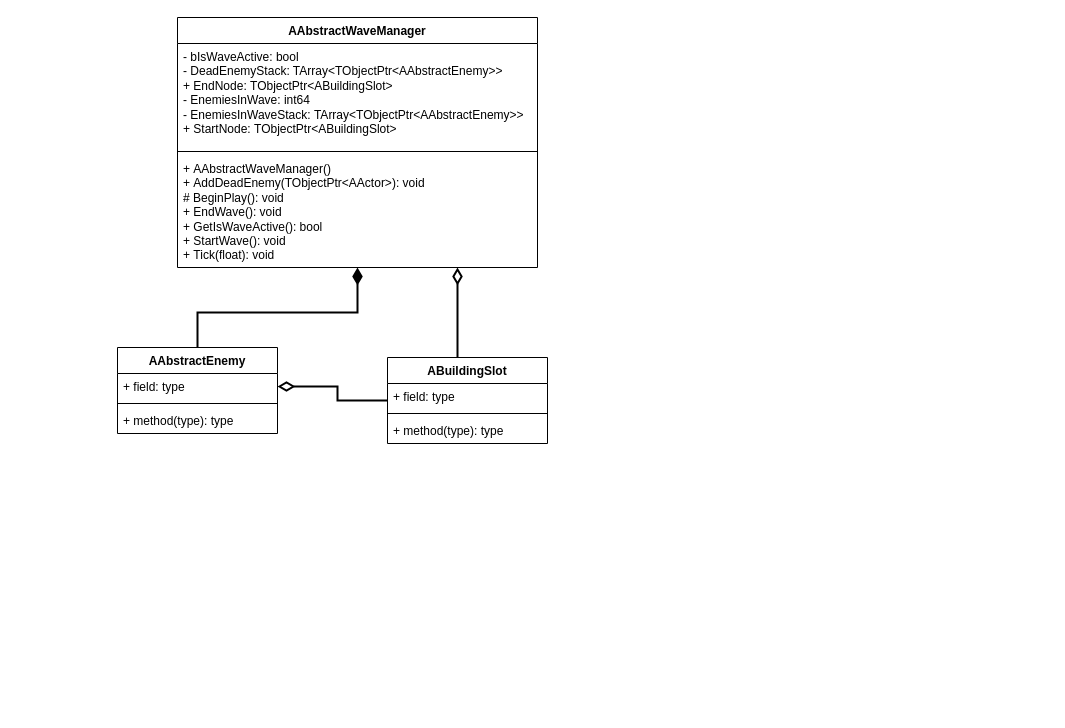
The draw.io diagram UML.drawio in herrkrabbe/Programming3TD, before the edit. Source tidied: cells renumbered, new cells numbered last; positions are measured from the earlier drawing's top-left corner, leaving out a move shared by most shapes. Both pictures are drawn from the tidied source at 100%, with x=0, y=0 at pixel (117, 17).
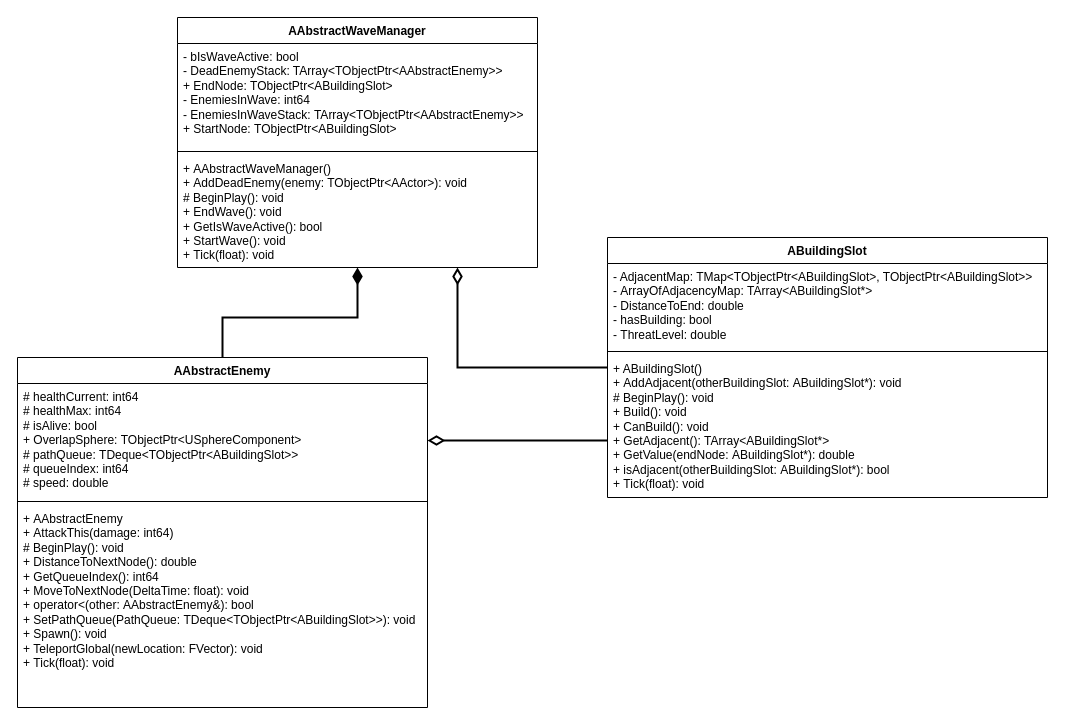
After the change.

The edit, as a diff of the source:
```diff
@@
 <mxGraphModel>
   <root>
     <mxCell id="0" />
     <mxCell id="1" parent="0" />
     <mxCell id="2" style="edgeStyle=orthogonalEdgeStyle;rounded=0;jettySize=auto;html=1;startArrow=diamondThin;startFill=0;endArrow=none;endFill=0;startSize=12;strokeWidth=2;endSize=12;" parent="1" edge="1" source="4" target="12">
       <mxGeometry relative="1" as="geometry">
         <Array as="points">
           <mxPoint x="340" y="270" />
           <mxPoint x="340" y="270" />
         </Array>
       </mxGeometry>
     </mxCell>
     <mxCell id="3" style="edgeStyle=orthogonalEdgeStyle;shape=connector;rounded=0;jettySize=auto;html=1;strokeColor=default;strokeWidth=2;align=center;verticalAlign=middle;fontFamily=Helvetica;fontSize=11;fontColor=default;labelBackgroundColor=default;startArrow=diamondThin;startFill=1;startSize=12;endArrow=none;endFill=0;endSize=12;" parent="1" edge="1" source="4" target="8">
       <mxGeometry relative="1" as="geometry" />
     </mxCell>
     <mxCell id="4" value="AAbstractWaveManager" style="swimlane;fontStyle=1;align=center;verticalAlign=top;horizontal=1;startSize=26;whiteSpace=wrap;html=1;" parent="1" vertex="1">
       <mxGeometry x="60" width="360" height="250" as="geometry" />
     </mxCell>
     <mxCell id="5" value="- bIsWaveActive: bool&lt;div&gt;- DeadEnemyStack: TArray&amp;lt;TObjectPtr&amp;lt;AAbstractEnemy&amp;gt;&amp;gt;&lt;/div&gt;&lt;div&gt;+&amp;nbsp;EndNode:&amp;nbsp;TObjectPtr&amp;lt;ABuildingSlot&amp;gt;&lt;/div&gt;&lt;div&gt;-&amp;nbsp;EnemiesInWave: int64&lt;/div&gt;&lt;div&gt;-&amp;nbsp;EnemiesInWaveStack:&amp;nbsp;TArray&amp;lt;TObjectPtr&amp;lt;AAbstractEnemy&amp;gt;&amp;gt;&lt;/div&gt;&lt;div&gt;+&amp;nbsp;StartNode:&amp;nbsp;TObjectPtr&amp;lt;ABuildingSlot&amp;gt;&lt;/div&gt;" style="text;strokeColor=none;fillColor=none;align=left;verticalAlign=top;spacingLeft=4;spacingRight=4;overflow=hidden;whiteSpace=wrap;html=1;" parent="4" vertex="1">
       <mxGeometry y="26" width="360" height="104" as="geometry" />
     </mxCell>
     <mxCell id="6" style="line;strokeWidth=1;fillColor=none;align=left;verticalAlign=middle;spacingTop=-1;spacingLeft=3;spacingRight=3;labelPosition=right;strokeColor=inherit;" parent="4" vertex="1">
       <mxGeometry y="130" width="360" height="8" as="geometry" />
     </mxCell>
-    <mxCell id="7" value="+&amp;nbsp;AAbstractWaveManager()&lt;div&gt;+&amp;nbsp;AddDeadEnemy(TObjectPtr&amp;lt;AActor&amp;gt;): void&lt;/div&gt;&lt;div&gt;# BeginPlay(): void&lt;/div&gt;&lt;div&gt;+&amp;nbsp;EndWave(): void&lt;/div&gt;&lt;div&gt;+&amp;nbsp;GetIsWaveActive(): bool&lt;/div&gt;&lt;div&gt;+&amp;nbsp;StartWave(): void&lt;/div&gt;&lt;div&gt;+&amp;nbsp;Tick(float): void&lt;br&gt;&lt;/div&gt;" style="text;strokeColor=none;fillColor=none;align=left;verticalAlign=top;spacingLeft=4;spacingRight=4;overflow=hidden;whiteSpace=wrap;html=1;" parent="4" vertex="1">
+    <mxCell id="7" value="+&amp;nbsp;AAbstractWaveManager()&lt;div&gt;+&amp;nbsp;AddDeadEnemy(enemy: TObjectPtr&amp;lt;AActor&amp;gt;): void&lt;/div&gt;&lt;div&gt;# BeginPlay(): void&lt;/div&gt;&lt;div&gt;+&amp;nbsp;EndWave(): void&lt;/div&gt;&lt;div&gt;+&amp;nbsp;GetIsWaveActive(): bool&lt;/div&gt;&lt;div&gt;+&amp;nbsp;StartWave(): void&lt;/div&gt;&lt;div&gt;+&amp;nbsp;Tick(float): void&lt;br&gt;&lt;/div&gt;" style="text;strokeColor=none;fillColor=none;align=left;verticalAlign=top;spacingLeft=4;spacingRight=4;overflow=hidden;whiteSpace=wrap;html=1;" parent="4" vertex="1">
       <mxGeometry y="138" width="360" height="112" as="geometry" />
     </mxCell>
     <mxCell id="8" value="AAbstractEnemy" style="swimlane;fontStyle=1;align=center;verticalAlign=top;horizontal=1;startSize=26;whiteSpace=wrap;html=1;" parent="1" vertex="1">
-      <mxGeometry y="330" width="160" height="86" as="geometry" />
+      <mxGeometry x="-100" y="340" width="410" height="350" as="geometry" />
     </mxCell>
-    <mxCell id="9" value="+ field: type" style="text;strokeColor=none;fillColor=none;align=left;verticalAlign=top;spacingLeft=4;spacingRight=4;overflow=hidden;points=[[0,0.5],[1,0.5]];portConstraint=eastwest;whiteSpace=wrap;html=1;" parent="8" vertex="1">
-      <mxGeometry y="26" width="160" height="26" as="geometry" />
+    <mxCell id="9" value="# healthCurrent: int64&lt;div&gt;#&amp;nbsp;healthMax: int64&lt;/div&gt;&lt;div&gt;# isAlive: bool&lt;/div&gt;&lt;div&gt;+&amp;nbsp;OverlapSphere:&amp;nbsp;TObjectPtr&amp;lt;USphereComponent&amp;gt;&lt;/div&gt;&lt;div&gt;#&amp;nbsp;pathQueue:&amp;nbsp;TDeque&amp;lt;TObjectPtr&amp;lt;ABuildingSlot&amp;gt;&amp;gt;&lt;/div&gt;&lt;div&gt;# queueIndex: int64&lt;/div&gt;&lt;div&gt;# speed: double&lt;/div&gt;" style="text;strokeColor=none;fillColor=none;align=left;verticalAlign=top;spacingLeft=4;spacingRight=4;overflow=hidden;points=[[0,0.5],[1,0.5]];portConstraint=eastwest;whiteSpace=wrap;html=1;" parent="8" vertex="1">
+      <mxGeometry y="26" width="410" height="114" as="geometry" />
     </mxCell>
     <mxCell id="10" style="line;strokeWidth=1;fillColor=none;align=left;verticalAlign=middle;spacingTop=-1;spacingLeft=3;spacingRight=3;labelPosition=right;strokeColor=inherit;" parent="8" vertex="1">
-      <mxGeometry y="52" width="160" height="8" as="geometry" />
+      <mxGeometry y="140" width="410" height="8" as="geometry" />
     </mxCell>
-    <mxCell id="11" value="+ method(type): type" style="text;strokeColor=none;fillColor=none;align=left;verticalAlign=top;spacingLeft=4;spacingRight=4;overflow=hidden;whiteSpace=wrap;html=1;" parent="8" vertex="1">
-      <mxGeometry y="60" width="160" height="26" as="geometry" />
+    <mxCell id="11" value="+&amp;nbsp;AAbstractEnemy&lt;div&gt;+&amp;nbsp;AttackThis(damage: int64)&lt;/div&gt;&lt;div&gt;&lt;div&gt;# BeginPlay(): void&lt;br&gt;&lt;/div&gt;&lt;/div&gt;&lt;div&gt;+&amp;nbsp;DistanceToNextNode(): double&lt;/div&gt;&lt;div&gt;+&amp;nbsp;GetQueueIndex(): int64&lt;/div&gt;&lt;div&gt;+&amp;nbsp;MoveToNextNode(DeltaTime: float): void&lt;/div&gt;&lt;div&gt;+&amp;nbsp;operator&amp;lt;(other:&amp;nbsp;AAbstractEnemy&amp;amp;): bool&lt;/div&gt;&lt;div&gt;+&amp;nbsp;SetPathQueue(PathQueue:&amp;nbsp;TDeque&amp;lt;TObjectPtr&amp;lt;ABuildingSlot&amp;gt;&amp;gt;): void&lt;/div&gt;&lt;div&gt;+&amp;nbsp;Spawn(): void&lt;/div&gt;&lt;div&gt;+&amp;nbsp;TeleportGlobal(newLocation: FVector): void&lt;/div&gt;&lt;div&gt;+&amp;nbsp;Tick(float): void&lt;br&gt;&lt;/div&gt;" style="text;strokeColor=none;fillColor=none;align=left;verticalAlign=top;spacingLeft=4;spacingRight=4;overflow=hidden;whiteSpace=wrap;html=1;" parent="8" vertex="1">
+      <mxGeometry y="148" width="410" height="202" as="geometry" />
     </mxCell>
     <mxCell id="12" value="ABuildingSlot" style="swimlane;fontStyle=1;align=center;verticalAlign=top;horizontal=1;startSize=26;whiteSpace=wrap;html=1;" parent="1" vertex="1">
-      <mxGeometry x="270" y="340" width="160" height="86" as="geometry" />
+      <mxGeometry x="490" y="220" width="440" height="260" as="geometry" />
     </mxCell>
-    <mxCell id="13" value="+ field: type" style="text;strokeColor=none;fillColor=none;align=left;verticalAlign=top;spacingLeft=4;spacingRight=4;overflow=hidden;whiteSpace=wrap;html=1;" parent="12" vertex="1">
-      <mxGeometry y="26" width="160" height="26" as="geometry" />
+    <mxCell id="13" value="- AdjacentMap: TMap&amp;lt;TObjectPtr&amp;lt;ABuildingSlot&amp;gt;, TObjectPtr&amp;lt;ABuildingSlot&amp;gt;&amp;gt;&lt;div&gt;-&amp;nbsp;ArrayOfAdjacencyMap:&amp;nbsp;TArray&amp;lt;ABuildingSlot*&amp;gt;&lt;/div&gt;&lt;div&gt;-&amp;nbsp;DistanceToEnd: double&lt;/div&gt;&lt;div&gt;-&amp;nbsp;hasBuilding: bool&lt;/div&gt;&lt;div&gt;-&amp;nbsp;ThreatLevel: double&lt;/div&gt;" style="text;strokeColor=none;fillColor=none;align=left;verticalAlign=top;spacingLeft=4;spacingRight=4;overflow=hidden;whiteSpace=wrap;html=1;" parent="12" vertex="1">
+      <mxGeometry y="26" width="440" height="84" as="geometry" />
     </mxCell>
     <mxCell id="14" style="line;strokeWidth=1;fillColor=none;align=left;verticalAlign=middle;spacingTop=-1;spacingLeft=3;spacingRight=3;labelPosition=right;strokeColor=inherit;" parent="12" vertex="1">
-      <mxGeometry y="52" width="160" height="8" as="geometry" />
+      <mxGeometry y="110" width="440" height="8" as="geometry" />
     </mxCell>
-    <mxCell id="15" value="+ method(type): type" style="text;strokeColor=none;fillColor=none;align=left;verticalAlign=top;spacingLeft=4;spacingRight=4;overflow=hidden;points=[[0,0.5],[1,0.5]];portConstraint=eastwest;whiteSpace=wrap;html=1;" parent="12" vertex="1">
-      <mxGeometry y="60" width="160" height="26" as="geometry" />
+    <mxCell id="15" value="+ ABuildingSlot()&lt;div&gt;+&amp;nbsp;AddAdjacent(otherBuildingSlot:&amp;nbsp;ABuildingSlot*): void&lt;/div&gt;&lt;div&gt;# BeginPlay(): void&lt;br&gt;&lt;/div&gt;&lt;div&gt;+ Build(): void&lt;/div&gt;&lt;div&gt;+&amp;nbsp;CanBuild(): void&lt;/div&gt;&lt;div&gt;+&amp;nbsp;GetAdjacent():&amp;nbsp;TArray&amp;lt;ABuildingSlot*&amp;gt;&lt;/div&gt;&lt;div&gt;+&amp;nbsp;GetValue(&lt;span style=&quot;background-color: initial;&quot;&gt;endNode:&amp;nbsp;&lt;/span&gt;&lt;span style=&quot;background-color: initial;&quot;&gt;ABuildingSlot*): double&lt;/span&gt;&lt;/div&gt;&lt;div&gt;&lt;span style=&quot;background-color: initial;&quot;&gt;+&amp;nbsp;&lt;/span&gt;&lt;span style=&quot;background-color: initial;&quot;&gt;isAdjacent(&lt;/span&gt;&lt;span style=&quot;background-color: initial;&quot;&gt;otherBuildingSlot:&amp;nbsp;&lt;/span&gt;&lt;span style=&quot;background-color: initial;&quot;&gt;ABuildingSlot*): bool&lt;/span&gt;&lt;/div&gt;&lt;div&gt;+&amp;nbsp;Tick(float): void&lt;span style=&quot;background-color: initial;&quot;&gt;&lt;br&gt;&lt;/span&gt;&lt;/div&gt;" style="text;strokeColor=none;fillColor=none;align=left;verticalAlign=top;spacingLeft=4;spacingRight=4;overflow=hidden;points=[[0,0.5],[1,0.5]];portConstraint=eastwest;whiteSpace=wrap;html=1;" parent="12" vertex="1">
+      <mxGeometry y="118" width="440" height="142" as="geometry" />
     </mxCell>
-    <mxCell id="16" style="edgeStyle=orthogonalEdgeStyle;shape=connector;rounded=0;jettySize=auto;html=1;strokeColor=default;strokeWidth=2;align=center;verticalAlign=middle;fontFamily=Helvetica;fontSize=11;fontColor=default;labelBackgroundColor=default;startArrow=diamondThin;startFill=0;startSize=12;endArrow=none;endFill=0;endSize=12;" parent="1" edge="1" source="9" target="12">
+    <mxCell id="16" style="edgeStyle=orthogonalEdgeStyle;shape=connector;rounded=0;jettySize=auto;html=1;strokeColor=default;strokeWidth=2;align=center;verticalAlign=middle;fontFamily=Helvetica;fontSize=11;fontColor=default;labelBackgroundColor=default;startArrow=diamondThin;startFill=0;startSize=12;endArrow=none;endFill=0;endSize=12;entryX=0;entryY=0.599;entryDx=0;entryDy=0;entryPerimeter=0;" parent="1" edge="1" source="9" target="15">
       <mxGeometry relative="1" as="geometry" />
     </mxCell>
   </root>
 </mxGraphModel>
```
